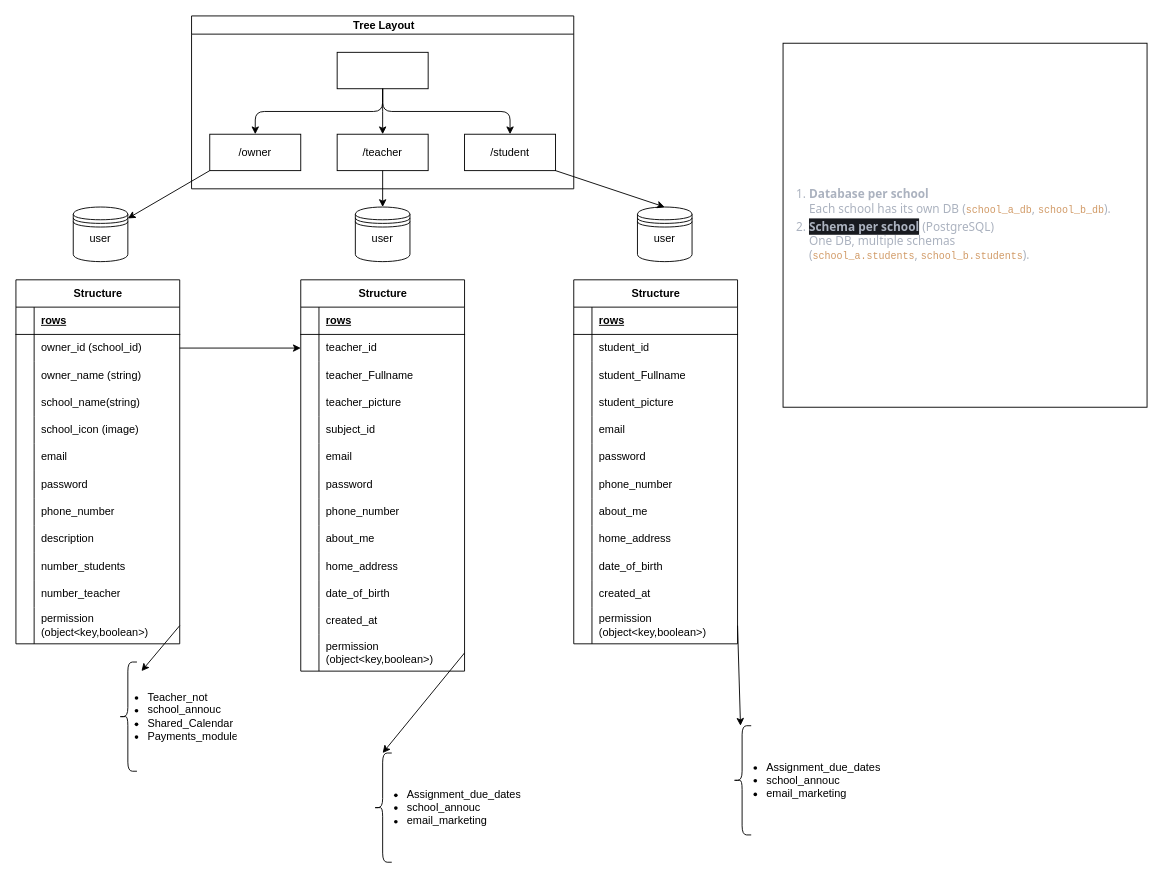
Above: page "School-structure" (1 of 5) of design.drawio in AbdEl2hadi/edomanage (draw.io), before the change. Source tidied: cells renumbered, new cells numbered last; positions are measured from the earlier drawing's top-left corner, leaving out a move shared by most shapes. Both pictures are drawn from the tidied source at 91%, with x=0, y=0 at pixel (15, 15).
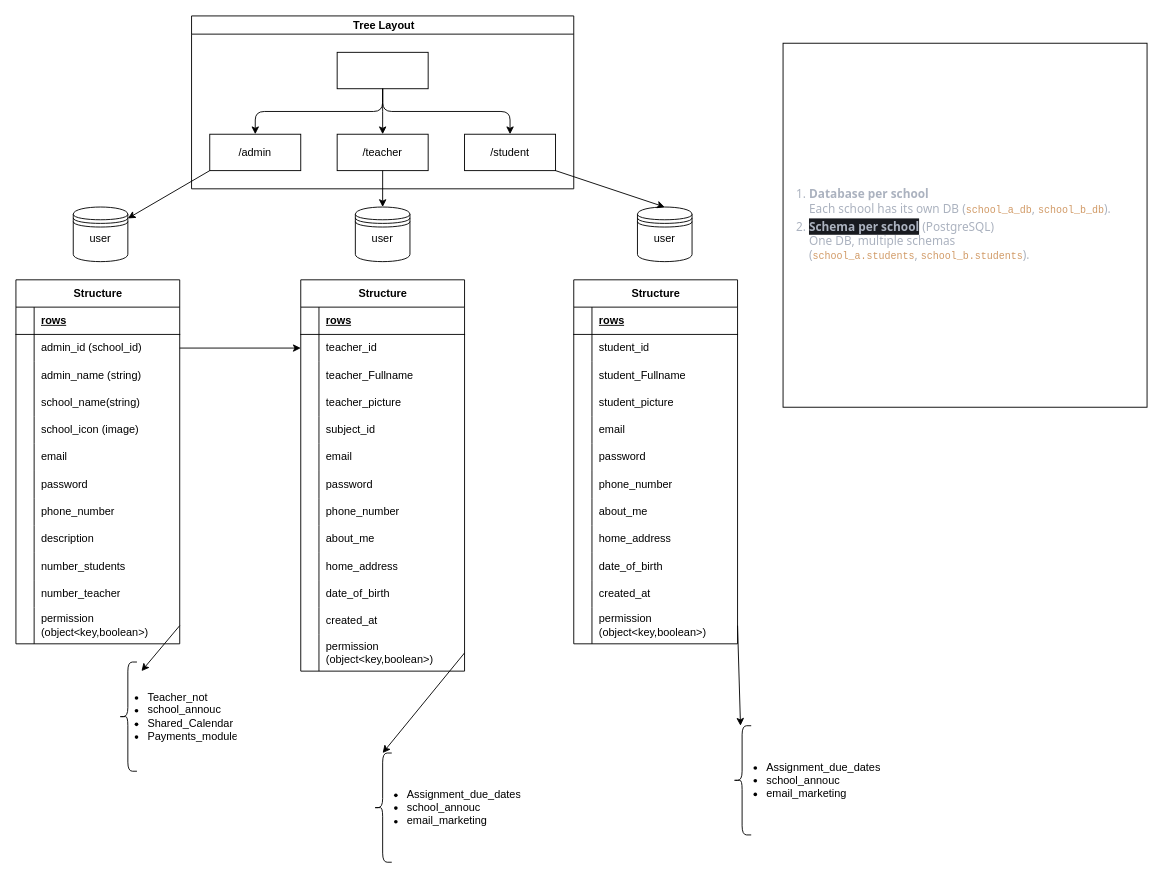
The same page after the edit.

Unchanged cells that the change refers to:
```xml
<mxCell id="2" value=" Tree Layout" style="swimlane;startSize=20;horizontal=1;horizontalTree=0;sortEdges=1;containerType=tree;fontSize=12;" parent="1" vertex="1">
  <mxGeometry x="193" width="420" height="190" as="geometry" />
</mxCell>
<mxCell id="17" style="shape=tableRow;horizontal=0;startSize=0;swimlaneHead=0;swimlaneBody=0;fillColor=none;points=[[0,0.5],[1,0.5]];portConstraint=eastwest;top=0;left=0;right=0;bottom=0;" parent="13" vertex="1">
  <mxGeometry y="60" width="180" height="30" as="geometry" />
</mxCell>
<mxCell id="20" style="shape=tableRow;horizontal=0;startSize=0;swimlaneHead=0;swimlaneBody=0;fillColor=none;top=0;left=0;right=0;bottom=0;" parent="13" vertex="1">
  <mxGeometry y="90" width="180" height="30" as="geometry" />
</mxCell>
```

What changed in the source:
```diff
@@
-    <mxCell id="4" value="/owner" style="whiteSpace=wrap;html=1;" parent="2" vertex="1">
+    <mxCell id="4" value="/admin" style="whiteSpace=wrap;html=1;" parent="2" vertex="1">
       <mxGeometry x="20" y="130" width="100" height="40" as="geometry" />
     </mxCell>
@@
-    <mxCell id="19" value="owner_id (school_id)" style="shape=partialRectangle;fillColor=none;top=0;left=0;bottom=0;right=0;align=left;spacingLeft=6;overflow=hidden;whiteSpace=wrap;html=1;" parent="17" vertex="1">
+    <mxCell id="19" value="admin_id (school_id)" style="shape=partialRectangle;fillColor=none;top=0;left=0;bottom=0;right=0;align=left;spacingLeft=6;overflow=hidden;whiteSpace=wrap;html=1;" parent="17" vertex="1">
       <mxGeometry x="20" width="160" height="30" as="geometry" />
     </mxCell>
@@
-    <mxCell id="22" value="owner_name (string)" style="shape=partialRectangle;fillColor=none;top=0;left=0;bottom=0;right=0;align=left;spacingLeft=6;overflow=hidden;whiteSpace=wrap;html=1;" parent="20" vertex="1">
+    <mxCell id="22" value="admin_name (string)" style="shape=partialRectangle;fillColor=none;top=0;left=0;bottom=0;right=0;align=left;spacingLeft=6;overflow=hidden;whiteSpace=wrap;html=1;" parent="20" vertex="1">
       <mxGeometry x="20" width="160" height="30" as="geometry" />
     </mxCell>
```
